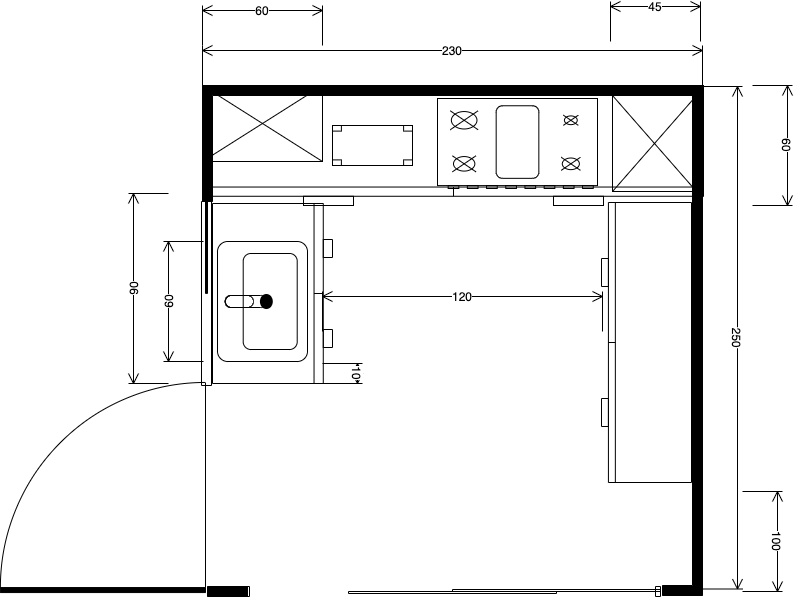
Above: other/厨房平面图.png in CheukBinLi/draw (draw.io), before the change. Source tidied: cells renumbered, new cells last; positions are measured from the earlier drawing's top-left corner, leaving out a move shared by most shapes.
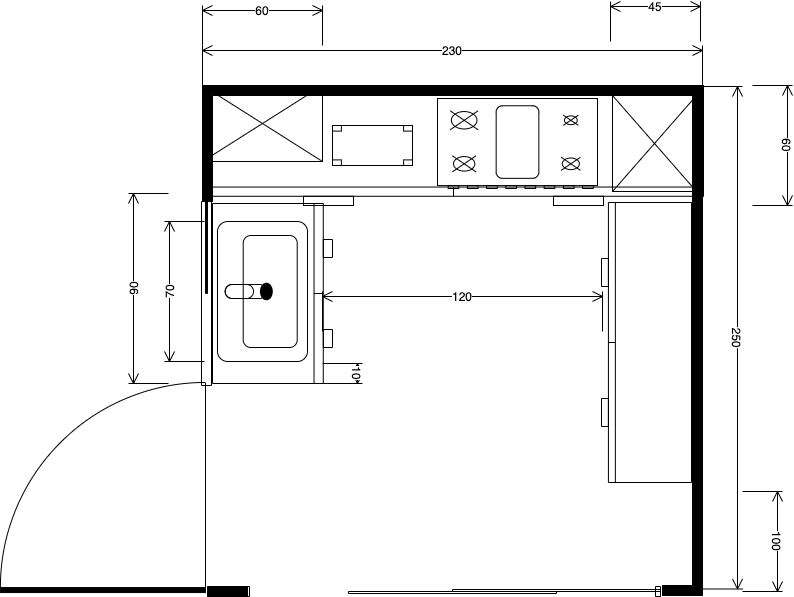
The same file after the commit.

Commit message:
厨房平面图-大水槽.png

Change to the diagram source:
```diff
@@ -45,7 +45,7 @@
       <mxGeometry x="53" y="267" width="190" height="40" as="geometry" />
     </mxCell>
     <mxCell id="16" style="verticalLabelPosition=bottom;html=1;verticalAlign=top;align=center;shape=mxgraph.floorplan.sink_2;shadow=0;fillColor=none;rotation=-90;strokeColor=#000000;" parent="1" vertex="1">
-      <mxGeometry x="202" y="255" width="120" height="90" as="geometry" />
+      <mxGeometry x="192" y="245" width="140" height="90" as="geometry" />
     </mxCell>
     <mxCell id="17" value="120&lt;br&gt;" style="shape=dimension;direction=west;whiteSpace=wrap;html=1;align=center;verticalAlign=top;spacingTop=-8;labelBackgroundColor=#ffffff;shadow=0;strokeColor=#000000;fillColor=none;" parent="1" vertex="1">
       <mxGeometry x="322" y="290" width="280" height="40" as="geometry" />
@@ -65,8 +65,8 @@
     <mxCell id="22" value="10" style="shape=dimension;direction=west;whiteSpace=wrap;html=1;align=center;verticalAlign=top;spacingTop=-8;labelBackgroundColor=#ffffff;shadow=0;strokeColor=#000000;fillColor=none;rotation=90;" parent="1" vertex="1">
       <mxGeometry x="332" y="352" width="20" height="40" as="geometry" />
     </mxCell>
-    <mxCell id="23" value="60" style="shape=dimension;direction=west;whiteSpace=wrap;html=1;align=center;verticalAlign=top;spacingTop=-8;labelBackgroundColor=#ffffff;shadow=0;strokeColor=#000000;fillColor=none;rotation=-90;" parent="1" vertex="1">
-      <mxGeometry x="123" y="280" width="120" height="40" as="geometry" />
+    <mxCell id="23" value="70&lt;br&gt;" style="shape=dimension;direction=west;whiteSpace=wrap;html=1;align=center;verticalAlign=top;spacingTop=-8;labelBackgroundColor=#ffffff;shadow=0;strokeColor=#000000;fillColor=none;rotation=-90;" parent="1" vertex="1">
+      <mxGeometry x="114" y="270" width="140" height="40" as="geometry" />
     </mxCell>
     <mxCell id="24" style="verticalLabelPosition=bottom;html=1;verticalAlign=top;align=center;shape=mxgraph.floorplan.range_2;shadow=0;strokeColor=#000000;fillColor=none;" parent="1" vertex="1">
       <mxGeometry x="437" y="97" width="160" height="90" as="geometry" />
```
